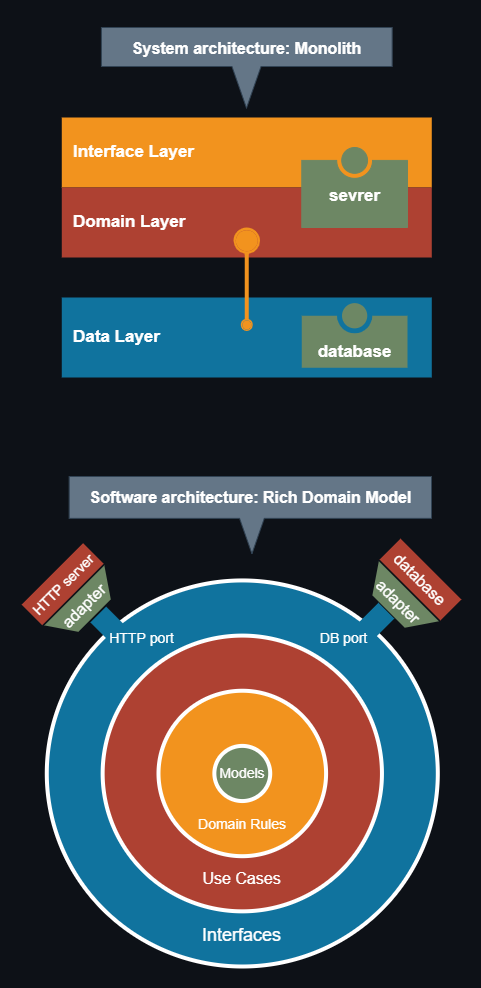
Earlier version of the draw.io export asset/arch.png (kselnaag/shortlink). Source tidied: cells renumbered, new cells last; positions are measured from the earlier drawing's top-left corner, leaving out a move shared by most shapes.
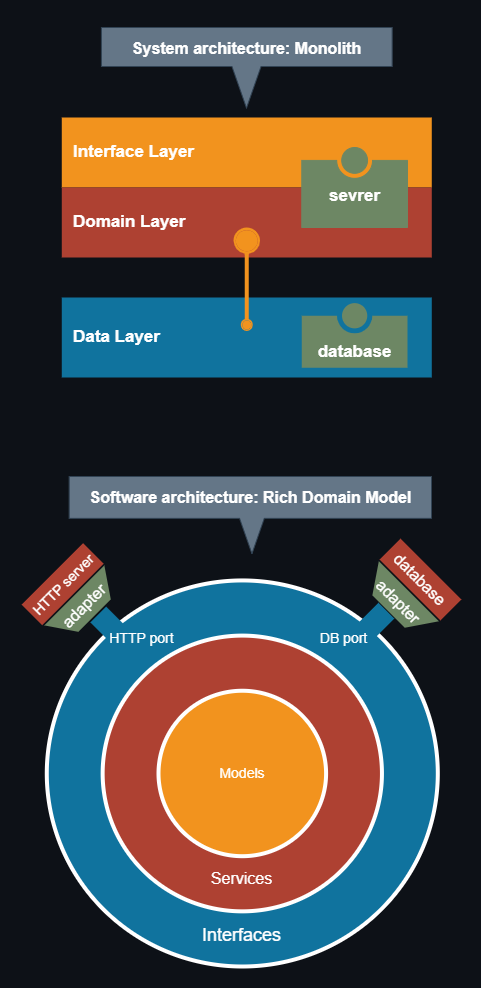
Above is the later version.

The edit, as a diff of the source:
```diff
@@ -11,15 +11,12 @@
     <mxCell id="4" value="&lt;font style=&quot;font-size: 18px;&quot;&gt;&lt;br&gt;&lt;br&gt;&lt;br&gt;&lt;br&gt;&lt;br&gt;&lt;br&gt;&lt;br&gt;&lt;br&gt;&lt;br&gt;&lt;br&gt;&lt;br&gt;&lt;br&gt;&lt;br&gt;&lt;br&gt;&lt;br&gt;Interfaces&lt;br&gt;&lt;/font&gt;" style="ellipse;html=1;strokeWidth=4;fillColor=#10739E;strokeColor=#ffffff;shadow=0;fontSize=10;fontColor=#FFFFFF;align=center;fontStyle=0;whiteSpace=wrap;spacing=10;" parent="3" vertex="1">
       <mxGeometry x="25.3" y="103.9" width="391" height="386.1" as="geometry" />
     </mxCell>
-    <mxCell id="5" value="&lt;font style=&quot;font-size: 16px;&quot;&gt;&lt;br&gt;&lt;br&gt;&lt;br&gt;&lt;br&gt;&lt;br&gt;&lt;br&gt;&lt;br&gt;&lt;br&gt;&lt;br&gt;&lt;br&gt;&lt;br&gt;Use Cases&lt;/font&gt;" style="ellipse;html=1;strokeWidth=4;fillColor=#AE4132;strokeColor=#ffffff;shadow=0;fontSize=10;fontColor=#FFFFFF;align=center;fontStyle=0;whiteSpace=wrap;spacing=10;" parent="3" vertex="1">
+    <mxCell id="5" value="&lt;font style=&quot;font-size: 16px;&quot;&gt;&lt;br&gt;&lt;br&gt;&lt;br&gt;&lt;br&gt;&lt;br&gt;&lt;br&gt;&lt;br&gt;&lt;br&gt;&lt;br&gt;&lt;br&gt;&lt;br&gt;Services&lt;br&gt;&lt;/font&gt;" style="ellipse;html=1;strokeWidth=4;fillColor=#AE4132;strokeColor=#ffffff;shadow=0;fontSize=10;fontColor=#FFFFFF;align=center;fontStyle=0;whiteSpace=wrap;spacing=10;" parent="3" vertex="1">
       <mxGeometry x="81.1" y="159.1" width="279.3" height="275.8" as="geometry" />
     </mxCell>
-    <mxCell id="6" value="&lt;blockquote style=&quot;margin: 0px 0px 0px 40px; border: none; padding: 0px; font-size: 14px;&quot;&gt;&lt;font style=&quot;font-size: 14px;&quot;&gt;&lt;br&gt;&lt;/font&gt;&lt;/blockquote&gt;&lt;blockquote style=&quot;margin: 0px 0px 0px 40px; border: none; padding: 0px; font-size: 14px;&quot;&gt;&lt;br&gt;&lt;/blockquote&gt;&lt;blockquote style=&quot;margin: 0px 0px 0px 40px; border: none; padding: 0px; font-size: 14px;&quot;&gt;&lt;font style=&quot;font-size: 14px;&quot;&gt;&lt;br&gt;&lt;/font&gt;&lt;/blockquote&gt;&lt;blockquote style=&quot;margin: 0px 0px 0px 40px; border: none; padding: 0px; font-size: 14px;&quot;&gt;&lt;font style=&quot;font-size: 14px;&quot;&gt;&lt;br&gt;&lt;/font&gt;&lt;/blockquote&gt;&lt;blockquote style=&quot;margin: 0px 0px 0px 40px; border: none; padding: 0px; font-size: 14px;&quot;&gt;&lt;font style=&quot;font-size: 14px;&quot;&gt;&lt;br&gt;&lt;/font&gt;&lt;/blockquote&gt;&lt;blockquote style=&quot;margin: 0px 0px 0px 40px; border: none; padding: 0px; font-size: 14px;&quot;&gt;&lt;font style=&quot;font-size: 14px;&quot;&gt;&lt;br&gt;&lt;/font&gt;&lt;/blockquote&gt;&lt;font style=&quot;font-size: 14px;&quot;&gt;Domain Rules&lt;/font&gt;" style="ellipse;html=1;strokeWidth=4;fillColor=#F2931E;strokeColor=#ffffff;shadow=0;fontSize=10;fontColor=#FFFFFF;align=center;fontStyle=0;whiteSpace=wrap;spacing=10;" parent="3" vertex="1">
+    <mxCell id="6" value="&lt;blockquote style=&quot;margin: 0px 0px 0px 40px; border: none; padding: 0px; font-size: 14px;&quot;&gt;&lt;/blockquote&gt;&lt;span style=&quot;font-size: 14px;&quot;&gt;Models&lt;/span&gt;" style="ellipse;html=1;strokeWidth=4;fillColor=#F2931E;strokeColor=#ffffff;shadow=0;fontSize=10;fontColor=#FFFFFF;align=center;fontStyle=0;whiteSpace=wrap;spacing=10;" parent="3" vertex="1">
       <mxGeometry x="137" y="214.2" width="167.6" height="165.5" as="geometry" />
     </mxCell>
-    <mxCell id="7" value="&lt;font style=&quot;font-size: 14px;&quot;&gt;Models&lt;/font&gt;" style="ellipse;html=1;strokeWidth=4;fillColor=#6D8764;strokeColor=#ffffff;shadow=0;fontSize=10;fontColor=#FFFFFF;align=center;fontStyle=0;whiteSpace=wrap;spacing=10;" parent="3" vertex="1">
-      <mxGeometry x="192.9" y="269.4" width="55.9" height="55.2" as="geometry" />
-    </mxCell>
     <mxCell id="8" value="&lt;font style=&quot;font-size: 16px;&quot;&gt;Software architecture: Rich Domain Model&lt;/font&gt;" style="html=1;shape=mxgraph.infographic.barCallout;dx=182.8;dy=35.35;fillColor=#647687;strokeColor=#314354;align=center;verticalAlign=top;fontSize=14;fontStyle=1;shadow=0;spacingTop=5;fontColor=#ffffff;" parent="3" vertex="1">
       <mxGeometry x="47.6" width="362.4" height="77.2" as="geometry" />
     </mxCell>
```
